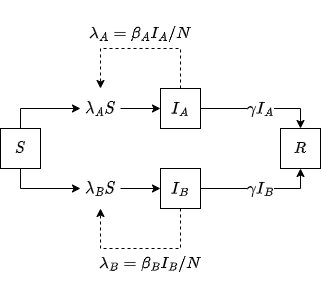
canmod/macpan2 keeps this draw.io diagram as misc/diagrams/quickstart/two-strain.png. Above is the earlier version. Source tidied: cells renumbered, new cells last; positions are measured from the earlier drawing's top-left corner, leaving out a move shared by most shapes.
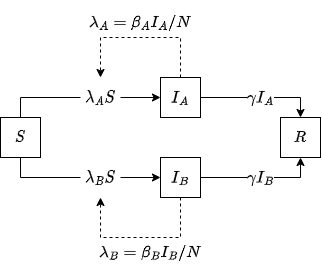
After the change.

Commit message:
fix diagram arrows

What changed in the source:
```diff
@@ -2,10 +2,10 @@
   <root>
     <mxCell id="0" />
     <mxCell id="1" parent="0" />
-    <mxCell id="2" style="edgeStyle=orthogonalEdgeStyle;rounded=0;jettySize=auto;html=1;exitX=0.5;exitY=0;exitDx=0;exitDy=0;entryX=0;entryY=0.5;entryDx=0;entryDy=0;fontSize=14;" parent="1" edge="1" source="4" target="13">
+    <mxCell id="2" style="edgeStyle=orthogonalEdgeStyle;rounded=0;jettySize=auto;html=1;exitX=0.5;exitY=0;exitDx=0;exitDy=0;entryX=0;entryY=0.5;entryDx=0;entryDy=0;fontSize=14;endArrow=none;endFill=0;" parent="1" edge="1" source="4" target="13">
       <mxGeometry relative="1" as="geometry" />
     </mxCell>
-    <mxCell id="3" style="edgeStyle=orthogonalEdgeStyle;rounded=0;jettySize=auto;html=1;exitX=0.5;exitY=1;exitDx=0;exitDy=0;entryX=0;entryY=0.5;entryDx=0;entryDy=0;fontSize=14;" parent="1" edge="1" source="4" target="15">
+    <mxCell id="3" style="edgeStyle=orthogonalEdgeStyle;rounded=0;jettySize=auto;html=1;exitX=0.5;exitY=1;exitDx=0;exitDy=0;entryX=0;entryY=0.5;entryDx=0;entryDy=0;fontSize=14;endArrow=none;endFill=0;" parent="1" edge="1" source="4" target="15">
       <mxGeometry relative="1" as="geometry" />
     </mxCell>
     <mxCell id="4" value="$$S$$" style="rounded=0;whiteSpace=wrap;html=1;fontSize=14;" parent="1" vertex="1">
```
